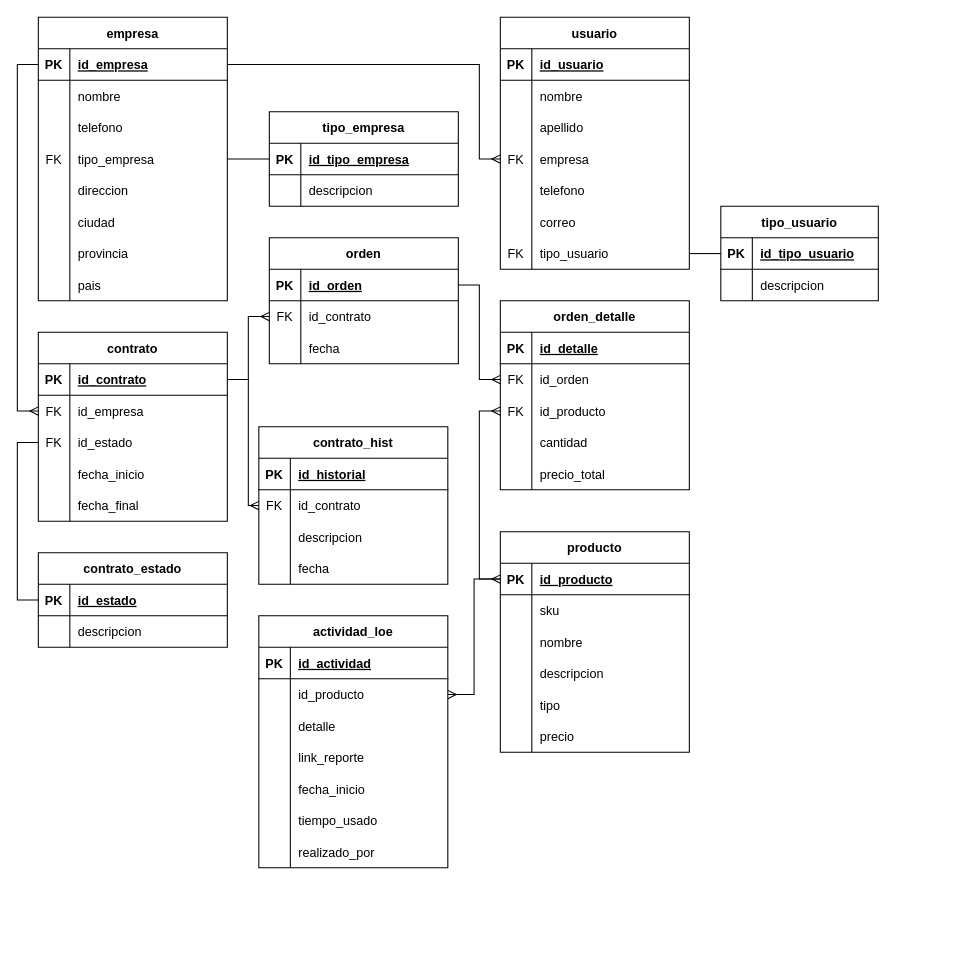
This is scg_main_db.drawio from ismgonza/scg, a draw.io file, before an edit. Source tidied: cells renumbered, new cells numbered last; positions are measured from the earlier drawing's top-left corner, leaving out a move shared by most shapes. Both pictures are drawn from the tidied source at 105%, with x=0, y=0 at pixel (38, 17).
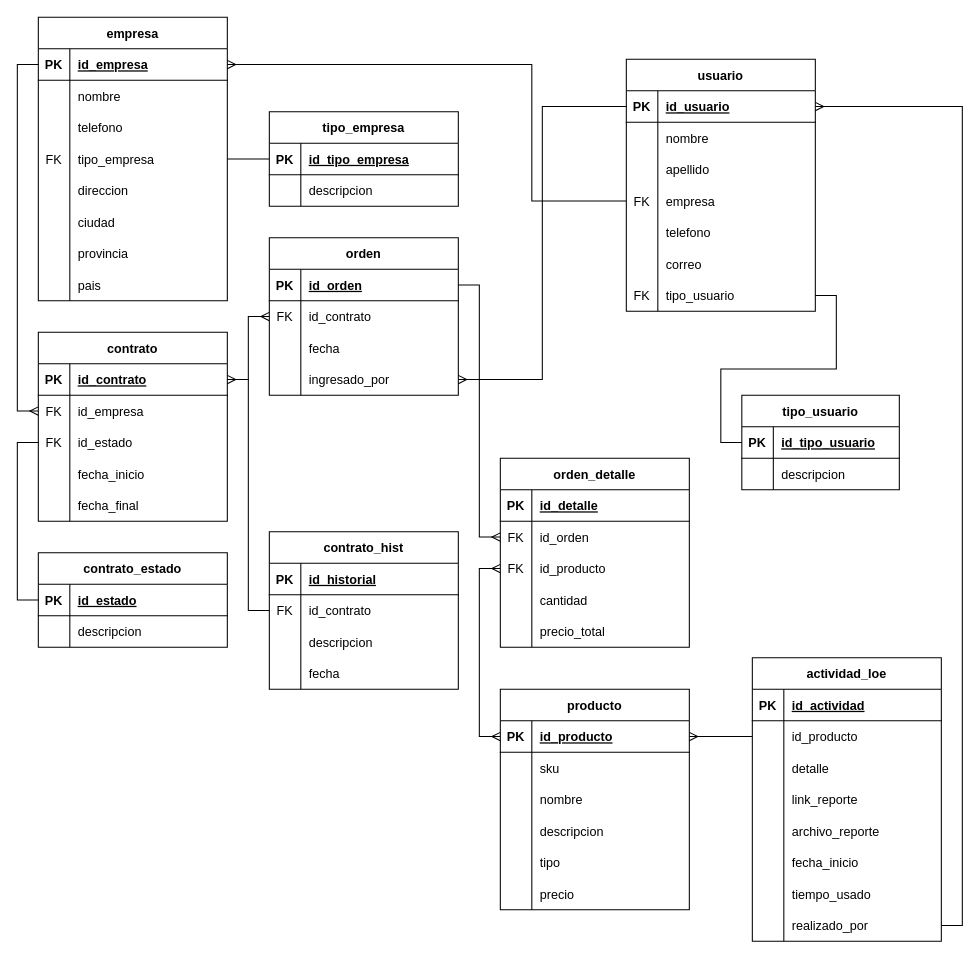
The same diagram, later.

Commit message:
update relacion de usuarios

The change refers to these unchanged cells:
```xml
<mxCell id="3" style="shape=tableRow;horizontal=0;startSize=0;swimlaneHead=0;swimlaneBody=0;fillColor=none;points=[[0,0.5],[1,0.5]];portConstraint=eastwest;top=0;left=0;right=0;bottom=1;" parent="2" vertex="1">
  <mxGeometry y="30" width="180" height="30" as="geometry" />
</mxCell>
<mxCell id="12" style="shape=tableRow;horizontal=0;startSize=0;swimlaneHead=0;swimlaneBody=0;fillColor=none;points=[[0,0.5],[1,0.5]];portConstraint=eastwest;top=0;left=0;right=0;bottom=0;" parent="2" vertex="1">
  <mxGeometry y="120" width="180" height="30" as="geometry" />
</mxCell>
<mxCell id="25" style="shape=tableRow;horizontal=0;startSize=0;swimlaneHead=0;swimlaneBody=0;fillColor=none;points=[[0,0.5],[1,0.5]];portConstraint=eastwest;top=0;left=0;right=0;bottom=1;" parent="24" vertex="1">
  <mxGeometry y="30" width="180" height="30" as="geometry" />
</mxCell>
<mxCell id="66" style="shape=tableRow;horizontal=0;startSize=0;swimlaneHead=0;swimlaneBody=0;fillColor=none;points=[[0,0.5],[1,0.5]];portConstraint=eastwest;top=0;left=0;right=0;bottom=1;" parent="65" vertex="1">
  <mxGeometry y="30" width="180" height="30" as="geometry" />
</mxCell>
<mxCell id="85" style="shape=tableRow;horizontal=0;startSize=0;swimlaneHead=0;swimlaneBody=0;fillColor=none;points=[[0,0.5],[1,0.5]];portConstraint=eastwest;top=0;left=0;right=0;bottom=1;" parent="84" vertex="1">
  <mxGeometry y="30" width="180" height="30" as="geometry" />
</mxCell>
<mxCell id="141" style="shape=tableRow;horizontal=0;startSize=0;swimlaneHead=0;swimlaneBody=0;fillColor=none;points=[[0,0.5],[1,0.5]];portConstraint=eastwest;top=0;left=0;right=0;bottom=0;" parent="137" vertex="1">
  <mxGeometry y="60" width="180" height="30" as="geometry" />
</mxCell>
<mxCell id="157" style="shape=tableRow;horizontal=0;startSize=0;swimlaneHead=0;swimlaneBody=0;fillColor=none;points=[[0,0.5],[1,0.5]];portConstraint=eastwest;top=0;left=0;right=0;bottom=0;" parent="153" vertex="1">
  <mxGeometry y="60" width="180" height="30" as="geometry" />
</mxCell>
```

Change to the diagram source:
```diff
@@
     <mxCell id="2" value="usuario" style="shape=table;startSize=30;childLayout=tableLayout;rowLines=0;fontStyle=1;align=center;" parent="1" vertex="1">
-      <mxGeometry x="440" width="180" height="240" as="geometry" />
+      <mxGeometry x="560" y="40" width="180" height="240" as="geometry" />
     </mxCell>
@@
     <mxCell id="56" value="tipo_usuario" style="shape=table;startSize=30;childLayout=tableLayout;rowLines=0;fontStyle=1;align=center;" parent="1" vertex="1">
-      <mxGeometry x="650" y="180" width="150" height="90" as="geometry" />
+      <mxGeometry x="670" y="360" width="150" height="90" as="geometry" />
     </mxCell>
@@
     <mxCell id="65" value="producto" style="shape=table;startSize=30;childLayout=tableLayout;rowLines=0;fontStyle=1;align=center;" parent="1" vertex="1">
-      <mxGeometry x="440" y="490" width="180" height="210" as="geometry" />
+      <mxGeometry x="440" y="640" width="180" height="210" as="geometry" />
     </mxCell>
@@
     <mxCell id="100" value="orden_detalle" style="shape=table;startSize=30;childLayout=tableLayout;rowLines=0;fontStyle=1;align=center;" parent="1" vertex="1">
-      <mxGeometry x="440" y="270" width="180" height="180" as="geometry" />
+      <mxGeometry x="440" y="420" width="180" height="180" as="geometry" />
     </mxCell>
@@
     <mxCell id="117" value="orden" style="shape=table;startSize=30;childLayout=tableLayout;rowLines=0;fontStyle=1;align=center;" parent="1" vertex="1">
-      <mxGeometry x="220" y="210" width="180" height="120" as="geometry" />
+      <mxGeometry x="220" y="210" width="180" height="150" as="geometry" />
     </mxCell>
@@
+    <mxCell id="176" style="shape=tableRow;horizontal=0;startSize=0;swimlaneHead=0;swimlaneBody=0;fillColor=none;points=[[0,0.5],[1,0.5]];portConstraint=eastwest;top=0;left=0;right=0;bottom=0;" parent="117" vertex="1">
+      <mxGeometry y="120" width="180" height="30" as="geometry" />
+    </mxCell>
+    <mxCell id="177" style="shape=partialRectangle;fillColor=none;top=0;left=0;bottom=0;right=0;overflow=hidden;" parent="176" vertex="1">
+      <mxGeometry width="30" height="30" as="geometry" />
+    </mxCell>
+    <mxCell id="178" value="ingresado_por" style="shape=partialRectangle;fillColor=none;top=0;left=0;bottom=0;right=0;align=left;spacingLeft=6;overflow=hidden;" parent="176" vertex="1">
+      <mxGeometry x="30" width="150" height="30" as="geometry" />
+    </mxCell>
@@
-    <mxCell id="135" style="edgeStyle=orthogonalEdgeStyle;rounded=0;jettySize=auto;html=1;exitX=1;exitY=0.5;exitDx=0;exitDy=0;entryX=0;entryY=0.5;entryDx=0;entryDy=0;endArrow=ERmany;endFill=0;" parent="1" edge="1" source="25" target="12">
-      <mxGeometry relative="1" as="geometry">
-        <Array as="points">
-          <mxPoint x="420" y="45" />
-          <mxPoint x="420" y="135" />
-        </Array>
-      </mxGeometry>
-    </mxCell>
@@
     <mxCell id="137" value="contrato_hist" style="shape=table;startSize=30;childLayout=tableLayout;rowLines=0;fontStyle=1;align=center;" parent="1" vertex="1">
-      <mxGeometry x="210" y="390" width="180" height="150" as="geometry" />
+      <mxGeometry x="220" y="490" width="180" height="150" as="geometry" />
     </mxCell>
@@
-    <mxCell id="152" style="edgeStyle=orthogonalEdgeStyle;rounded=0;jettySize=auto;html=1;exitX=1;exitY=0.5;exitDx=0;exitDy=0;startArrow=none;startFill=0;endArrow=ERmany;endFill=0;" parent="1" edge="1" source="85" target="141">
-      <mxGeometry relative="1" as="geometry">
-        <Array as="points">
-          <mxPoint x="200" y="345" />
-          <mxPoint x="200" y="465" />
-        </Array>
-      </mxGeometry>
-    </mxCell>
     <mxCell id="153" value="actividad_loe" style="shape=table;startSize=30;childLayout=tableLayout;rowLines=0;fontStyle=1;align=center;" parent="1" vertex="1">
-      <mxGeometry x="210" y="570" width="180" height="240" as="geometry" />
+      <mxGeometry x="680" y="610" width="180" height="270" as="geometry" />
     </mxCell>
@@
+    <mxCell id="179" style="shape=tableRow;horizontal=0;startSize=0;swimlaneHead=0;swimlaneBody=0;fillColor=none;top=0;left=0;right=0;bottom=0;" parent="153" vertex="1">
+      <mxGeometry y="150" width="180" height="30" as="geometry" />
+    </mxCell>
+    <mxCell id="180" style="shape=partialRectangle;fillColor=none;top=0;left=0;bottom=0;right=0;overflow=hidden;" parent="179" vertex="1">
+      <mxGeometry width="30" height="30" as="geometry" />
+    </mxCell>
+    <mxCell id="181" value="archivo_reporte" style="shape=partialRectangle;fillColor=none;top=0;left=0;bottom=0;right=0;align=left;spacingLeft=6;overflow=hidden;" parent="179" vertex="1">
+      <mxGeometry x="30" width="150" height="30" as="geometry" />
+    </mxCell>
     <mxCell id="166" style="shape=tableRow;horizontal=0;startSize=0;swimlaneHead=0;swimlaneBody=0;fillColor=none;top=0;left=0;right=0;bottom=0;" parent="153" vertex="1">
-      <mxGeometry y="150" width="180" height="30" as="geometry" />
+      <mxGeometry y="180" width="180" height="30" as="geometry" />
     </mxCell>
@@
     <mxCell id="169" style="shape=tableRow;horizontal=0;startSize=0;swimlaneHead=0;swimlaneBody=0;fillColor=none;top=0;left=0;right=0;bottom=0;" parent="153" vertex="1">
-      <mxGeometry y="180" width="180" height="30" as="geometry" />
+      <mxGeometry y="210" width="180" height="30" as="geometry" />
     </mxCell>
@@
     <mxCell id="172" style="shape=tableRow;horizontal=0;startSize=0;swimlaneHead=0;swimlaneBody=0;fillColor=none;points=[[0,0.5],[1,0.5]];portConstraint=eastwest;top=0;left=0;right=0;bottom=0;" parent="153" vertex="1">
-      <mxGeometry y="210" width="180" height="30" as="geometry" />
+      <mxGeometry y="240" width="180" height="30" as="geometry" />
     </mxCell>
@@
-    <mxCell id="175" style="edgeStyle=orthogonalEdgeStyle;rounded=0;jettySize=auto;html=1;exitX=1;exitY=0.5;exitDx=0;exitDy=0;entryX=0;entryY=0.5;entryDx=0;entryDy=0;startArrow=ERmany;startFill=0;endArrow=none;endFill=0;" parent="1" edge="1" source="157" target="66">
-      <mxGeometry relative="1" as="geometry" />
-    </mxCell>
+    <mxCell id="182" style="edgeStyle=orthogonalEdgeStyle;rounded=0;jettySize=auto;html=1;exitX=1;exitY=0.5;exitDx=0;exitDy=0;entryX=0;entryY=0.5;entryDx=0;entryDy=0;startArrow=ERmany;startFill=0;endArrow=none;endFill=0;" parent="1" edge="1" source="66" target="157">
+      <mxGeometry relative="1" as="geometry" />
+    </mxCell>
+    <mxCell id="152" style="edgeStyle=orthogonalEdgeStyle;rounded=0;jettySize=auto;html=1;exitX=1;exitY=0.5;exitDx=0;exitDy=0;entryX=0;entryY=0.5;entryDx=0;entryDy=0;startArrow=ERmany;startFill=0;endArrow=none;endFill=0;" parent="1" edge="1" source="85" target="141">
+      <mxGeometry relative="1" as="geometry" />
+    </mxCell>
+    <mxCell id="183" style="edgeStyle=orthogonalEdgeStyle;rounded=0;jettySize=auto;html=1;exitX=1;exitY=0.5;exitDx=0;exitDy=0;entryX=0;entryY=0.5;entryDx=0;entryDy=0;startArrow=ERmany;startFill=0;endArrow=none;endFill=0;" parent="1" edge="1" source="176" target="3">
+      <mxGeometry relative="1" as="geometry" />
+    </mxCell>
+    <mxCell id="135" style="edgeStyle=orthogonalEdgeStyle;rounded=0;jettySize=auto;html=1;exitX=1;exitY=0.5;exitDx=0;exitDy=0;entryX=0;entryY=0.5;entryDx=0;entryDy=0;startArrow=ERmany;startFill=0;endArrow=none;endFill=0;" parent="1" edge="1" source="25" target="12">
+      <mxGeometry relative="1" as="geometry">
+        <Array as="points">
+          <mxPoint x="470" y="45" />
+          <mxPoint x="470" y="175" />
+        </Array>
+      </mxGeometry>
+    </mxCell>
+    <mxCell id="184" style="edgeStyle=orthogonalEdgeStyle;rounded=0;jettySize=auto;html=1;exitX=1;exitY=0.5;exitDx=0;exitDy=0;entryX=1;entryY=0.5;entryDx=0;entryDy=0;startArrow=ERmany;startFill=0;endArrow=none;endFill=0;" parent="1" edge="1" source="3" target="172">
+      <mxGeometry relative="1" as="geometry" />
+    </mxCell>
```
